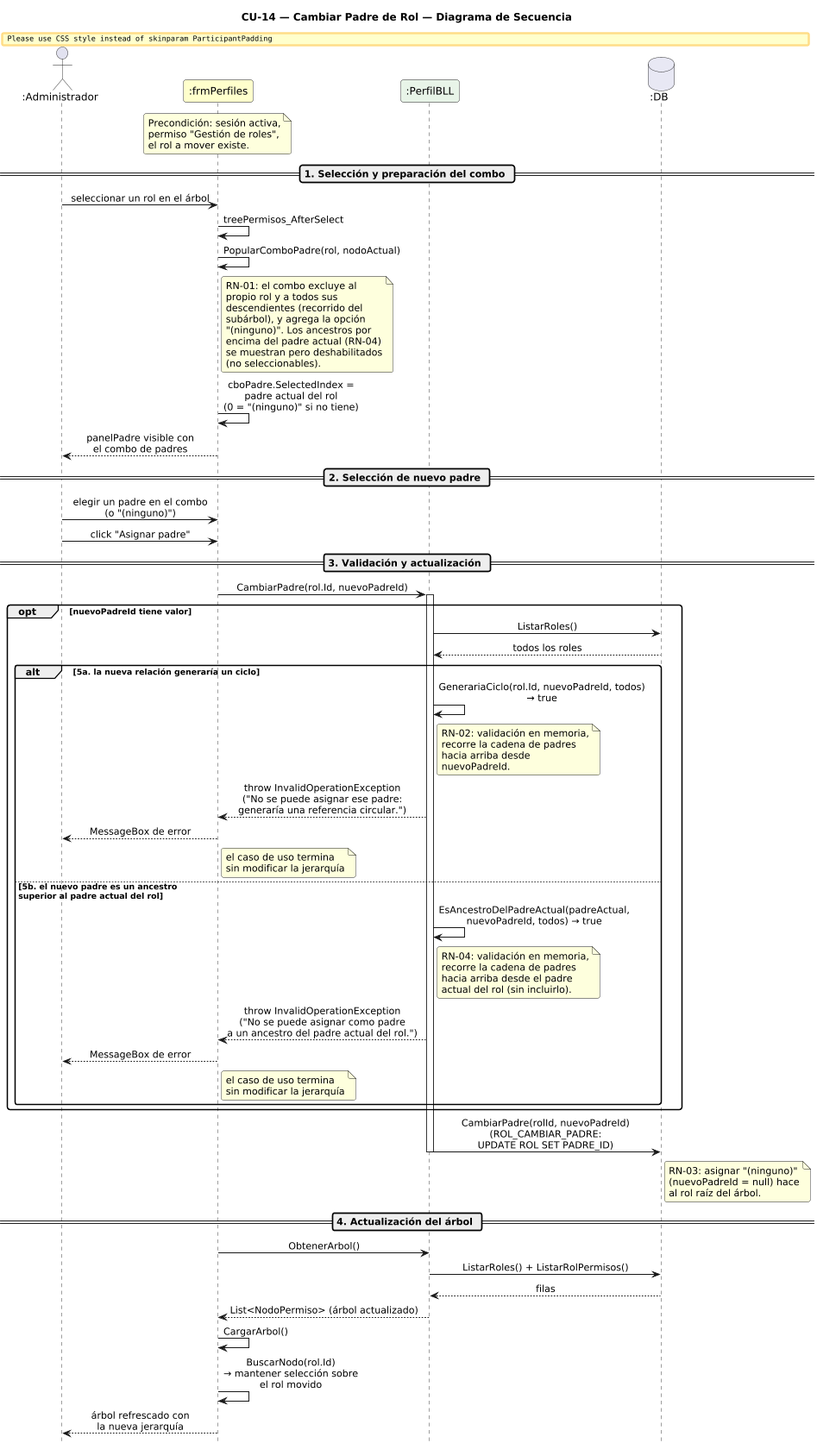
Above: DIAGRAMAS/DiagramaSecuencia_CU14_CambiarPadreRol.png in Urrels/ingenieria_software (PlantUML), before the change.
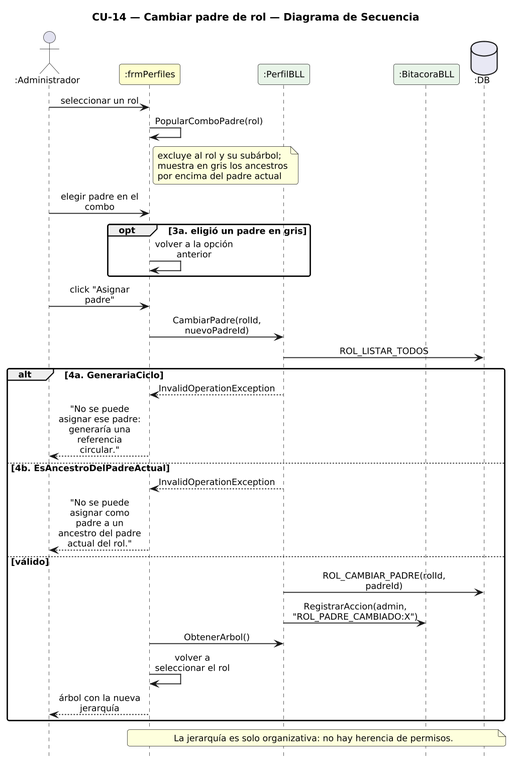
After the change.

Diff of the diagram source:
```diff
@@ -1,99 +1,51 @@
 @startuml DiagramaSecuencia_CU14_CambiarPadreRol
 
-title CU-14 — Cambiar Padre de Rol — Diagrama de Secuencia
+title CU-14 — Cambiar padre de rol — Diagrama de Secuencia
 
 skinparam shadowing false
 skinparam roundcorner 6
 skinparam sequenceArrowThickness 1.2
-skinparam ParticipantPadding 14
+skinparam ParticipantPadding 6
+skinparam BoxPadding 4
+skinparam maxMessageSize 115
 skinparam sequenceMessageAlign center
+skinparam defaultFontSize 12
+skinparam dpi 140
 hide footbox
-scale 0.85
 
-actor       ":Administrador"  as A
-participant ":frmPerfiles"    as FP #FEFECE
-participant ":PerfilBLL"      as PB #E8F4E8
-database    ":DB"             as DB #E8E8F4
+actor ":Administrador" as A
+participant ":frmPerfiles" as F #FEFECE
+participant ":PerfilBLL" as PB #E8F4E8
+participant ":BitacoraBLL" as BB #E8F4E8
+database ":DB" as DB #E8E8F4
 
-note over FP
-  Precondición: sesión activa,
-  permiso "Gestión de roles",
-  el rol a mover existe.
+A -> F : seleccionar un rol
+F -> F : PopularComboPadre(rol)
+note right of F
+  excluye al rol y su subárbol;
+  muestra en gris los ancestros
+  por encima del padre actual
 end note
-
-== 1. Selección y preparación del combo ==
-
-A -> FP : seleccionar un rol en el árbol
-FP -> FP : treePermisos_AfterSelect
-FP -> FP : PopularComboPadre(rol, nodoActual)
-note right of FP
-  RN-01: el combo excluye al
-  propio rol y a todos sus
-  descendientes (recorrido del
-  subárbol), y agrega la opción
-  "(ninguno)". Los ancestros por
-  encima del padre actual (RN-04)
-  se muestran pero deshabilitados
-  (no seleccionables).
-end note
-FP -> FP : cboPadre.SelectedIndex =\npadre actual del rol\n(0 = "(ninguno)" si no tiene)
-FP --> A : panelPadre visible con\nel combo de padres
-
-== 2. Selección de nuevo padre ==
-
-A -> FP : elegir un padre en el combo\n(o "(ninguno)")
-A -> FP : click "Asignar padre"
-
-== 3. Validación y actualización ==
-
-FP -> PB : CambiarPadre(rol.Id, nuevoPadreId)
-activate PB
-
-opt nuevoPadreId tiene valor
-  PB -> DB : ListarRoles()
-  DB --> PB : todos los roles
-
-  alt 5a. la nueva relación generaría un ciclo
-    PB -> PB : GenerariaCiclo(rol.Id, nuevoPadreId, todos)\n→ true
-    note right of PB
-      RN-02: validación en memoria,
-      recorre la cadena de padres
-      hacia arriba desde
-      nuevoPadreId.
-    end note
-    PB --> FP : throw InvalidOperationException\n("No se puede asignar ese padre:\ngeneraría una referencia circular.")
-    FP --> A : MessageBox de error
-    note right of FP : el caso de uso termina\nsin modificar la jerarquía
-  else 5b. el nuevo padre es un ancestro\nsuperior al padre actual del rol
-    PB -> PB : EsAncestroDelPadreActual(padreActual,\nnuevoPadreId, todos) → true
-    note right of PB
-      RN-04: validación en memoria,
-      recorre la cadena de padres
-      hacia arriba desde el padre
-      actual del rol (sin incluirlo).
-    end note
-    PB --> FP : throw InvalidOperationException\n("No se puede asignar como padre\na un ancestro del padre actual del rol.")
-    FP --> A : MessageBox de error
-    note right of FP : el caso de uso termina\nsin modificar la jerarquía
-  end
+A -> F : elegir padre en el combo
+opt 3a. eligió un padre en gris
+  F -> F : volver a la opción anterior
 end
-
-PB -> DB : CambiarPadre(rolId, nuevoPadreId)\n(ROL_CAMBIAR_PADRE:\nUPDATE ROL SET PADRE_ID)
-note right of DB
-  RN-03: asignar "(ninguno)"
-  (nuevoPadreId = null) hace
-  al rol raíz del árbol.
-end note
-deactivate PB
-
-== 4. Actualización del árbol ==
-
-FP -> PB : ObtenerArbol()
-PB -> DB : ListarRoles() + ListarRolPermisos()
-DB --> PB : filas
-PB --> FP : List<NodoPermiso> (árbol actualizado)
-FP -> FP : CargarArbol()
-FP -> FP : BuscarNodo(rol.Id)\n→ mantener selección sobre\nel rol movido
-FP --> A : árbol refrescado con\nla nueva jerarquía
+A -> F : click "Asignar padre"
+F -> PB : CambiarPadre(rolId, nuevoPadreId)
+PB -> DB : ROL_LISTAR_TODOS
+alt 4a. GenerariaCiclo
+  PB --> F : InvalidOperationException
+  F --> A : "No se puede asignar ese padre:\ngeneraría una referencia circular."
+else 4b. EsAncestroDelPadreActual
+  PB --> F : InvalidOperationException
+  F --> A : "No se puede asignar como padre a un\nancestro del padre actual del rol."
+else válido
+  PB -> DB : ROL_CAMBIAR_PADRE(rolId, padreId)
+  PB -> BB : RegistrarAccion(admin, "ROL_PADRE_CAMBIADO:X")
+  F -> PB : ObtenerArbol()
+  F -> F : volver a seleccionar el rol
+  F --> A : árbol con la nueva jerarquía
+end
+note over F, DB : La jerarquía es solo organizativa: no hay herencia de permisos.
 
 @enduml
```
